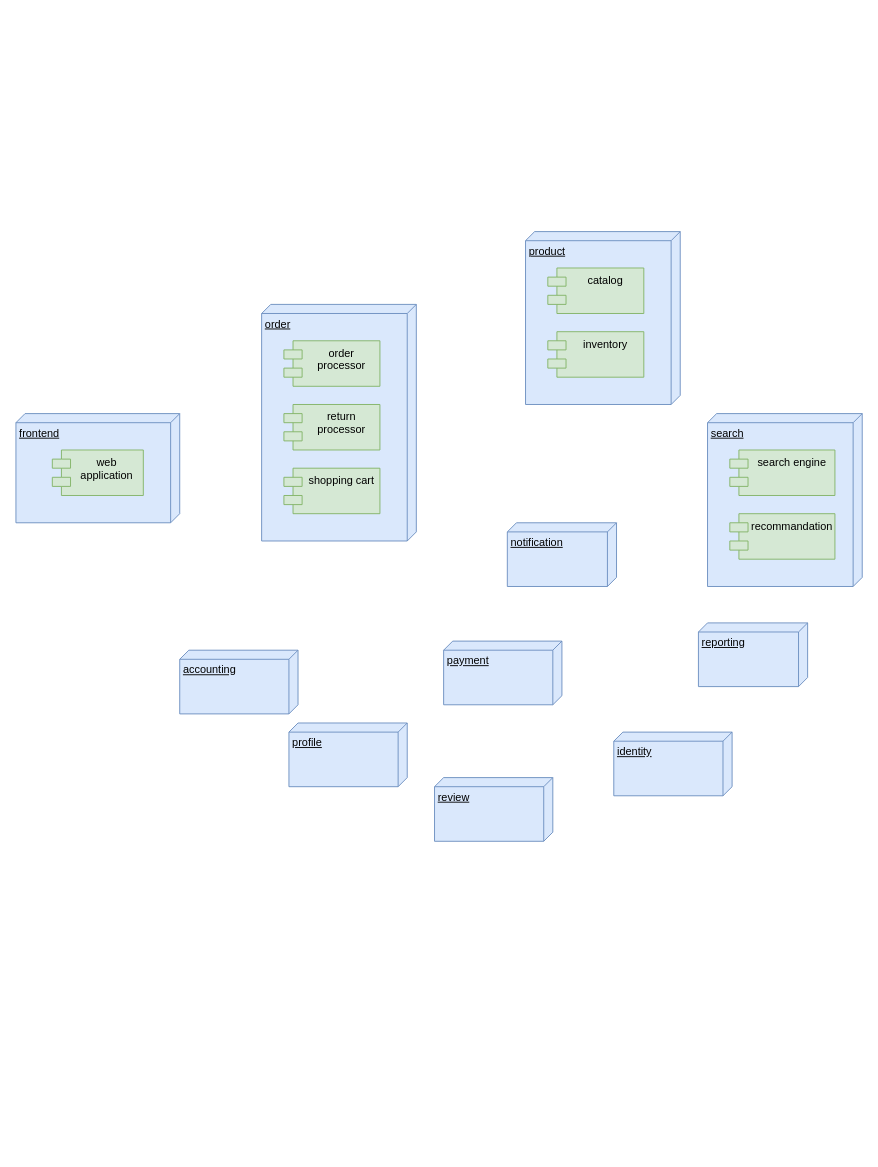
Earlier version of the draw.io diagram workflows/components_architecture.drawio (movies-albrains/.github). Source tidied: cells renumbered, new cells numbered last; positions are measured from the earlier drawing's top-left corner, leaving out a move shared by most shapes. Both pictures are drawn from the tidied source at 91%, with x=0, y=0 at pixel (15, 231).
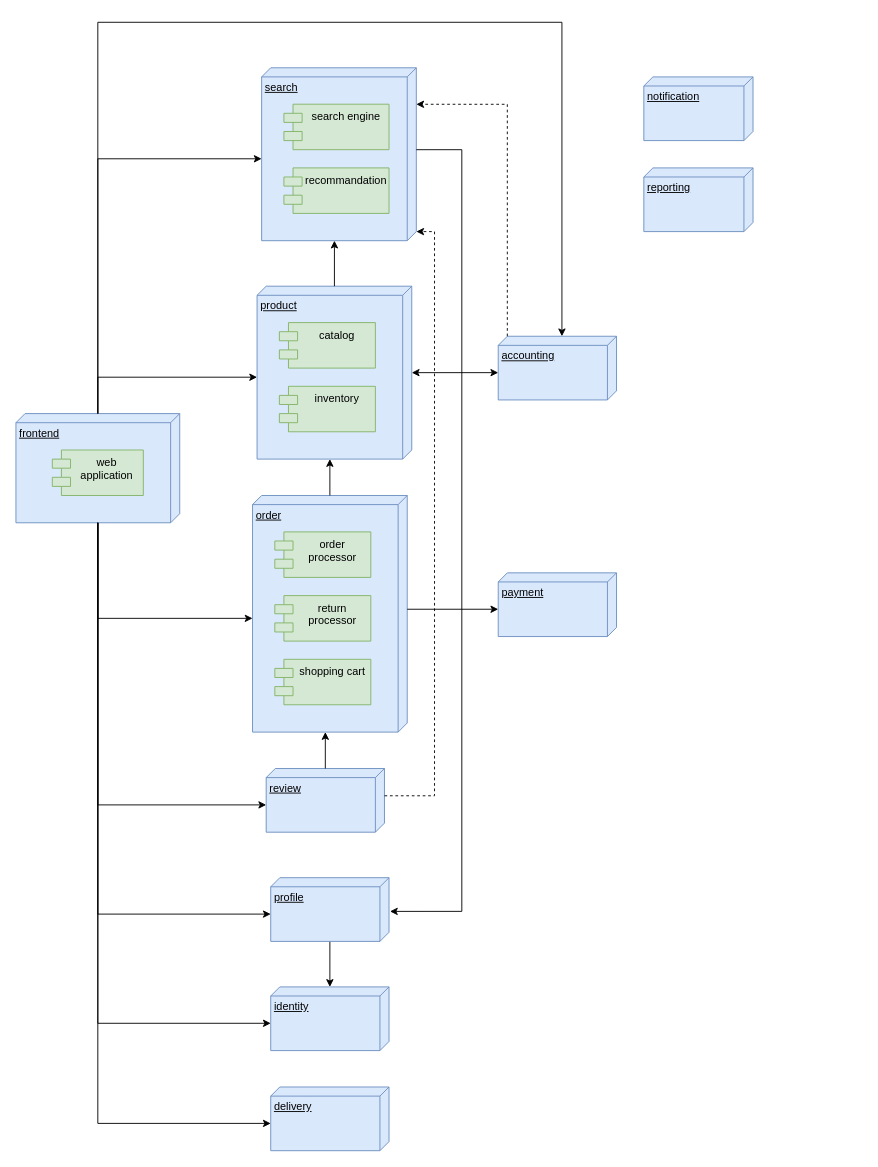
The same page after the edit.

Commit message:
Mettre à jour components_architecture.drawio

Unchanged cells that the change refers to:
```xml
<mxCell id="2" value="frontend" style="verticalAlign=top;align=left;spacingTop=8;spacingLeft=2;spacingRight=12;shape=cube;size=10;direction=south;fontStyle=4;html=1;whiteSpace=wrap;fillColor=#dae8fc;strokeColor=#6c8ebf;" parent="1" vertex="1">
  <mxGeometry y="200" width="180" height="120" as="geometry" />
</mxCell>
```

What changed in the source:
```diff
@@
     <mxCell id="4" value="order" style="verticalAlign=top;align=left;spacingTop=8;spacingLeft=2;spacingRight=12;shape=cube;size=10;direction=south;fontStyle=4;html=1;whiteSpace=wrap;fillColor=#dae8fc;strokeColor=#6c8ebf;" parent="1" vertex="1">
-      <mxGeometry x="270" y="80" width="170" height="260" as="geometry" />
+      <mxGeometry x="260" y="290" width="170" height="260" as="geometry" />
     </mxCell>
@@
     <mxCell id="8" value="accounting" style="verticalAlign=top;align=left;spacingTop=8;spacingLeft=2;spacingRight=12;shape=cube;size=10;direction=south;fontStyle=4;html=1;whiteSpace=wrap;fillColor=#dae8fc;strokeColor=#6c8ebf;" parent="1" vertex="1">
-      <mxGeometry x="180" y="460" width="130" height="70" as="geometry" />
+      <mxGeometry x="530" y="115" width="130" height="70" as="geometry" />
     </mxCell>
     <mxCell id="9" value="payment" style="verticalAlign=top;align=left;spacingTop=8;spacingLeft=2;spacingRight=12;shape=cube;size=10;direction=south;fontStyle=4;html=1;whiteSpace=wrap;fillColor=#dae8fc;strokeColor=#6c8ebf;" parent="1" vertex="1">
-      <mxGeometry x="470" y="450" width="130" height="70" as="geometry" />
+      <mxGeometry x="530" y="375" width="130" height="70" as="geometry" />
     </mxCell>
     <mxCell id="10" value="notification" style="verticalAlign=top;align=left;spacingTop=8;spacingLeft=2;spacingRight=12;shape=cube;size=10;direction=south;fontStyle=4;html=1;whiteSpace=wrap;fillColor=#dae8fc;strokeColor=#6c8ebf;" parent="1" vertex="1">
-      <mxGeometry x="540" y="320" width="120" height="70" as="geometry" />
+      <mxGeometry x="690" y="-170" width="120" height="70" as="geometry" />
     </mxCell>
     <mxCell id="11" value="reporting" style="verticalAlign=top;align=left;spacingTop=8;spacingLeft=2;spacingRight=12;shape=cube;size=10;direction=south;fontStyle=4;html=1;whiteSpace=wrap;fillColor=#dae8fc;strokeColor=#6c8ebf;" parent="1" vertex="1">
-      <mxGeometry x="750" y="430" width="120" height="70" as="geometry" />
+      <mxGeometry x="690" y="-70" width="120" height="70" as="geometry" />
     </mxCell>
     <mxCell id="12" value="product" style="verticalAlign=top;align=left;spacingTop=8;spacingLeft=2;spacingRight=12;shape=cube;size=10;direction=south;fontStyle=4;html=1;whiteSpace=wrap;fillColor=#dae8fc;strokeColor=#6c8ebf;" parent="1" vertex="1">
-      <mxGeometry x="560" width="170" height="190" as="geometry" />
+      <mxGeometry x="265" y="60" width="170" height="190" as="geometry" />
     </mxCell>
@@
+    <mxCell id="21" style="edgeStyle=orthogonalEdgeStyle;rounded=0;jettySize=auto;html=1;" parent="1" edge="1" source="15" target="16">
+      <mxGeometry relative="1" as="geometry" />
+    </mxCell>
     <mxCell id="15" value="profile" style="verticalAlign=top;align=left;spacingTop=8;spacingLeft=2;spacingRight=12;shape=cube;size=10;direction=south;fontStyle=4;html=1;whiteSpace=wrap;fillColor=#dae8fc;strokeColor=#6c8ebf;" parent="1" vertex="1">
-      <mxGeometry x="300" y="540" width="130" height="70" as="geometry" />
+      <mxGeometry x="280" y="710" width="130" height="70" as="geometry" />
     </mxCell>
     <mxCell id="16" value="identity" style="verticalAlign=top;align=left;spacingTop=8;spacingLeft=2;spacingRight=12;shape=cube;size=10;direction=south;fontStyle=4;html=1;whiteSpace=wrap;fillColor=#dae8fc;strokeColor=#6c8ebf;" parent="1" vertex="1">
-      <mxGeometry x="657" y="550" width="130" height="70" as="geometry" />
+      <mxGeometry x="280" y="830" width="130" height="70" as="geometry" />
     </mxCell>
     <mxCell id="17" value="review" style="verticalAlign=top;align=left;spacingTop=8;spacingLeft=2;spacingRight=12;shape=cube;size=10;direction=south;fontStyle=4;html=1;whiteSpace=wrap;fillColor=#dae8fc;strokeColor=#6c8ebf;" parent="1" vertex="1">
-      <mxGeometry x="460" y="600" width="130" height="70" as="geometry" />
+      <mxGeometry x="275" y="590" width="130" height="70" as="geometry" />
     </mxCell>
     <mxCell id="18" value="search" style="verticalAlign=top;align=left;spacingTop=8;spacingLeft=2;spacingRight=12;shape=cube;size=10;direction=south;fontStyle=4;html=1;whiteSpace=wrap;fillColor=#dae8fc;strokeColor=#6c8ebf;" parent="1" vertex="1">
-      <mxGeometry x="760" y="200" width="170" height="190" as="geometry" />
+      <mxGeometry x="270" y="-180" width="170" height="190" as="geometry" />
     </mxCell>
@@
+    <mxCell id="22" value="delivery" style="verticalAlign=top;align=left;spacingTop=8;spacingLeft=2;spacingRight=12;shape=cube;size=10;direction=south;fontStyle=4;html=1;whiteSpace=wrap;fillColor=#dae8fc;strokeColor=#6c8ebf;" parent="1" vertex="1">
+      <mxGeometry x="280" y="940" width="130" height="70" as="geometry" />
+    </mxCell>
+    <mxCell id="23" style="edgeStyle=orthogonalEdgeStyle;rounded=0;jettySize=auto;html=1;exitX=0;exitY=0;exitDx=125;exitDy=0;exitPerimeter=0;entryX=0;entryY=0;entryDx=40;entryDy=130;entryPerimeter=0;" parent="1" edge="1" source="4" target="9">
+      <mxGeometry relative="1" as="geometry" />
+    </mxCell>
+    <mxCell id="24" style="edgeStyle=orthogonalEdgeStyle;rounded=0;jettySize=auto;html=1;entryX=0;entryY=0;entryDx=40;entryDy=130;entryPerimeter=0;startArrow=classic;startFill=1;" parent="1" edge="1" source="12" target="8">
+      <mxGeometry relative="1" as="geometry" />
+    </mxCell>
+    <mxCell id="25" style="edgeStyle=orthogonalEdgeStyle;rounded=0;jettySize=auto;html=1;exitX=0;exitY=0;exitDx=90;exitDy=0;exitPerimeter=0;entryX=0.529;entryY=-0.008;entryDx=0;entryDy=0;entryPerimeter=0;" parent="1" edge="1" source="18" target="15">
+      <mxGeometry relative="1" as="geometry">
+        <Array as="points">
+          <mxPoint x="490" y="-90" />
+          <mxPoint x="490" y="747" />
+        </Array>
+      </mxGeometry>
+    </mxCell>
+    <mxCell id="26" style="edgeStyle=orthogonalEdgeStyle;rounded=0;jettySize=auto;html=1;entryX=0;entryY=0;entryDx=100;entryDy=170;entryPerimeter=0;" parent="1" edge="1" source="2" target="12">
+      <mxGeometry relative="1" as="geometry">
+        <Array as="points">
+          <mxPoint x="90" y="160" />
+        </Array>
+      </mxGeometry>
+    </mxCell>
+    <mxCell id="27" style="edgeStyle=orthogonalEdgeStyle;rounded=0;jettySize=auto;html=1;entryX=0;entryY=0;entryDx=135;entryDy=170;entryPerimeter=0;" parent="1" edge="1" source="2" target="4">
+      <mxGeometry relative="1" as="geometry">
+        <Array as="points">
+          <mxPoint x="90" y="425" />
+        </Array>
+      </mxGeometry>
+    </mxCell>
+    <mxCell id="28" style="edgeStyle=orthogonalEdgeStyle;rounded=0;jettySize=auto;html=1;entryX=0;entryY=0;entryDx=40;entryDy=130;entryPerimeter=0;" parent="1" edge="1" source="2" target="17">
+      <mxGeometry relative="1" as="geometry">
+        <Array as="points">
+          <mxPoint x="90" y="630" />
+        </Array>
+      </mxGeometry>
+    </mxCell>
+    <mxCell id="29" style="edgeStyle=orthogonalEdgeStyle;rounded=0;jettySize=auto;html=1;entryX=0;entryY=0;entryDx=40;entryDy=130;entryPerimeter=0;" parent="1" edge="1" source="2" target="15">
+      <mxGeometry relative="1" as="geometry">
+        <Array as="points">
+          <mxPoint x="90" y="750" />
+        </Array>
+      </mxGeometry>
+    </mxCell>
+    <mxCell id="30" style="edgeStyle=orthogonalEdgeStyle;rounded=0;jettySize=auto;html=1;entryX=0;entryY=0;entryDx=40;entryDy=130;entryPerimeter=0;" parent="1" edge="1" source="2" target="16">
+      <mxGeometry relative="1" as="geometry">
+        <Array as="points">
+          <mxPoint x="90" y="870" />
+        </Array>
+      </mxGeometry>
+    </mxCell>
+    <mxCell id="31" style="edgeStyle=orthogonalEdgeStyle;rounded=0;jettySize=auto;html=1;entryX=0;entryY=0;entryDx=40;entryDy=130;entryPerimeter=0;" parent="1" edge="1" source="2" target="22">
+      <mxGeometry relative="1" as="geometry">
+        <Array as="points">
+          <mxPoint x="90" y="980" />
+        </Array>
+      </mxGeometry>
+    </mxCell>
+    <mxCell id="32" style="edgeStyle=orthogonalEdgeStyle;rounded=0;jettySize=auto;html=1;entryX=0;entryY=0;entryDx=100;entryDy=170;entryPerimeter=0;" parent="1" edge="1" source="2" target="18">
+      <mxGeometry relative="1" as="geometry">
+        <Array as="points">
+          <mxPoint x="90" y="-80" />
+        </Array>
+      </mxGeometry>
+    </mxCell>
+    <mxCell id="33" style="edgeStyle=orthogonalEdgeStyle;rounded=0;jettySize=auto;html=1;entryX=0;entryY=0;entryDx=190;entryDy=90;entryPerimeter=0;" parent="1" edge="1" source="12" target="18">
+      <mxGeometry relative="1" as="geometry" />
+    </mxCell>
+    <mxCell id="34" style="edgeStyle=orthogonalEdgeStyle;rounded=0;jettySize=auto;html=1;entryX=0;entryY=0;entryDx=0;entryDy=60;entryPerimeter=0;" parent="1" edge="1" source="2" target="8">
+      <mxGeometry relative="1" as="geometry">
+        <Array as="points">
+          <mxPoint x="90" y="-230" />
+          <mxPoint x="600" y="-230" />
+        </Array>
+      </mxGeometry>
+    </mxCell>
+    <mxCell id="35" style="edgeStyle=orthogonalEdgeStyle;rounded=0;jettySize=auto;html=1;exitX=0;exitY=0;exitDx=0;exitDy=120;exitPerimeter=0;entryX=0.211;entryY=0;entryDx=0;entryDy=0;entryPerimeter=0;dashed=1;" parent="1" edge="1" source="8" target="18">
+      <mxGeometry relative="1" as="geometry" />
+    </mxCell>
+    <mxCell id="36" style="edgeStyle=orthogonalEdgeStyle;rounded=0;jettySize=auto;html=1;exitX=0;exitY=0;exitDx=30;exitDy=0;exitPerimeter=0;entryX=0;entryY=0;entryDx=180;entryDy=0;entryPerimeter=0;dashed=1;" parent="1" edge="1" source="17" target="18">
+      <mxGeometry relative="1" as="geometry" />
+    </mxCell>
+    <mxCell id="37" style="edgeStyle=orthogonalEdgeStyle;rounded=0;jettySize=auto;html=1;entryX=0;entryY=0;entryDx=260;entryDy=90;entryPerimeter=0;" parent="1" edge="1" source="17" target="4">
+      <mxGeometry relative="1" as="geometry" />
+    </mxCell>
+    <mxCell id="38" style="edgeStyle=orthogonalEdgeStyle;rounded=0;jettySize=auto;html=1;entryX=0;entryY=0;entryDx=190;entryDy=90;entryPerimeter=0;" parent="1" edge="1" source="4" target="12">
+      <mxGeometry relative="1" as="geometry" />
+    </mxCell>
```
